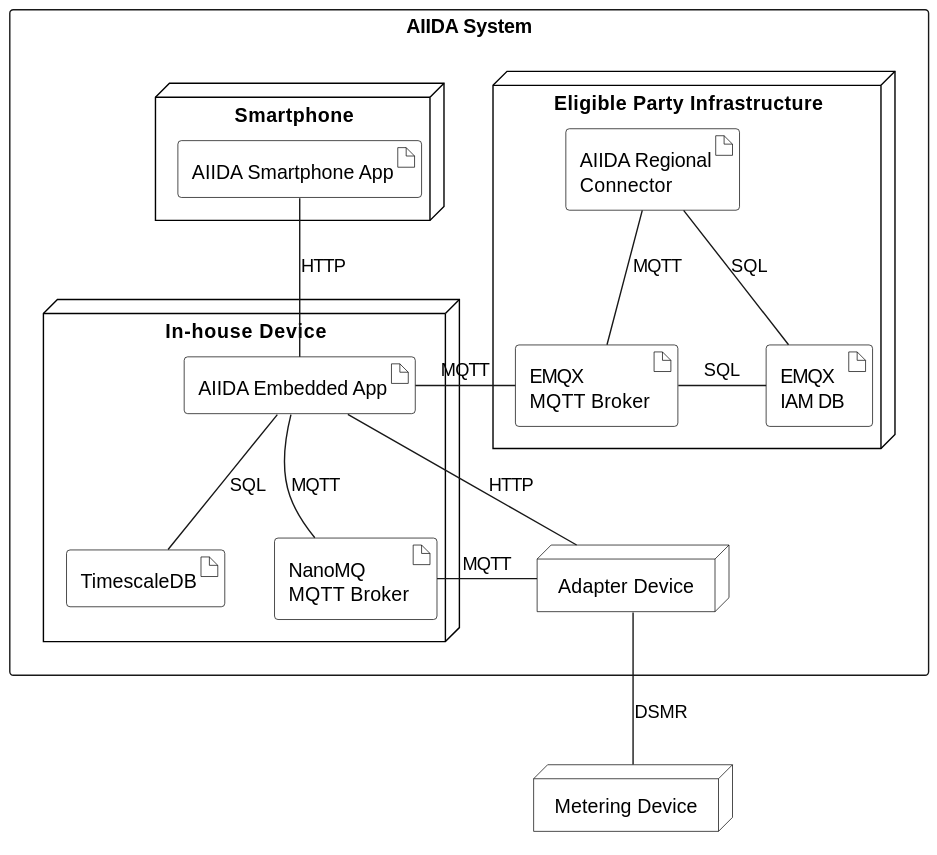
Before: arc42/aiida/deployment-view/figures/aiida_deployment_view.svg, a diagram exported from PlantUML (eddie-energy/architecture).
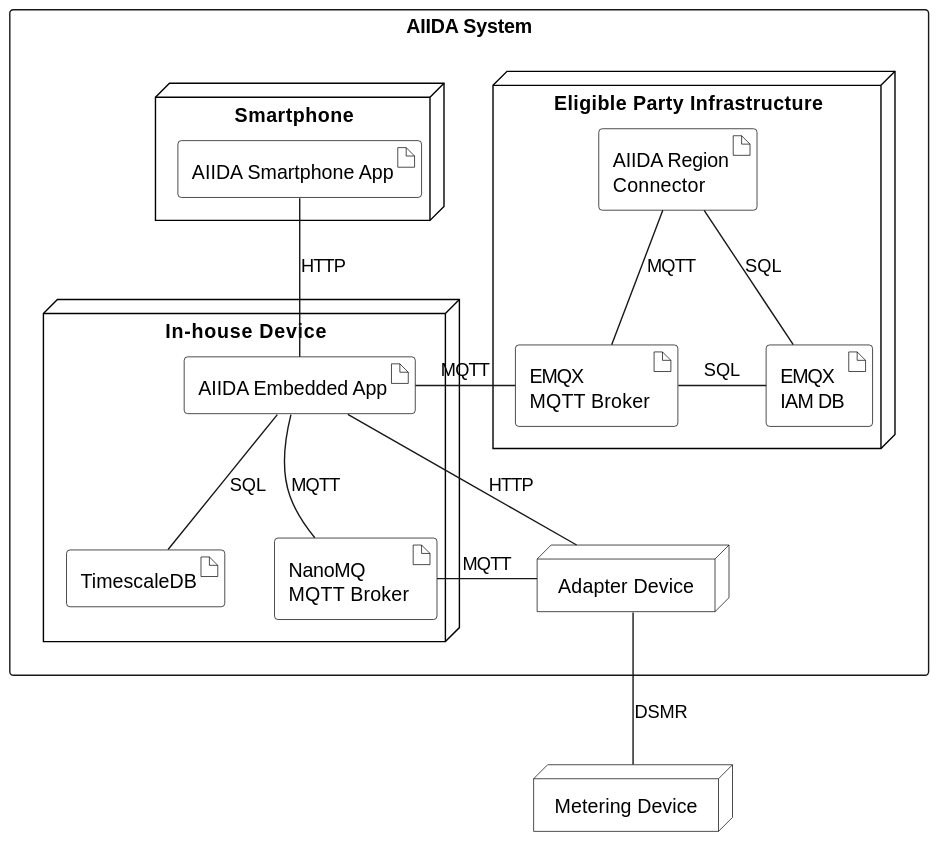
The same file after the commit.

The edit, as a diff of the source:
```diff
@@ -16,7 +16,7 @@
 
 rectangle "AIIDA System" {
   node "Eligible Party Infrastructure"  as epInfra{
-      artifact "AIIDA Regional\nConnector" as regcon
+      artifact "AIIDA Region\nConnector" as regcon
     artifact "EMQX \nMQTT Broker" as broker
     artifact "EMQX \nIAM DB" as emqxiam
 
```
